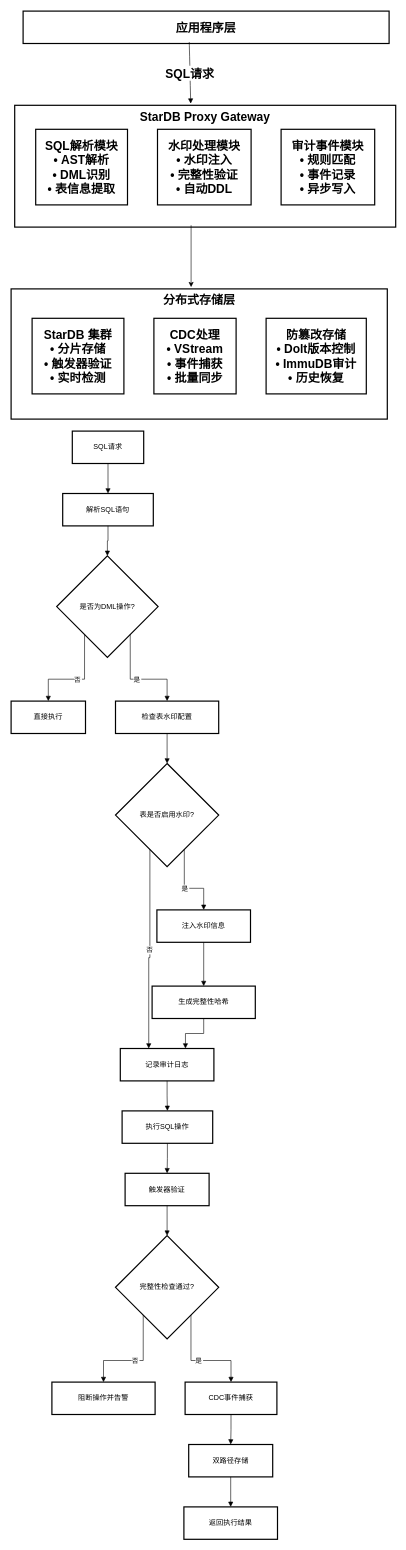
zjtheone/read-the-fxxk-code keeps this draw.io diagram as page "专利图1" (8 of 12) of 未命名绘图.drawio. Above is the earlier version. Source tidied: cells renumbered, new cells numbered last; positions are measured from the earlier drawing's top-left corner, leaving out a move shared by most shapes. Both pictures are drawn from the tidied source at 60%, with x=0, y=0 at pixel (11, 11).
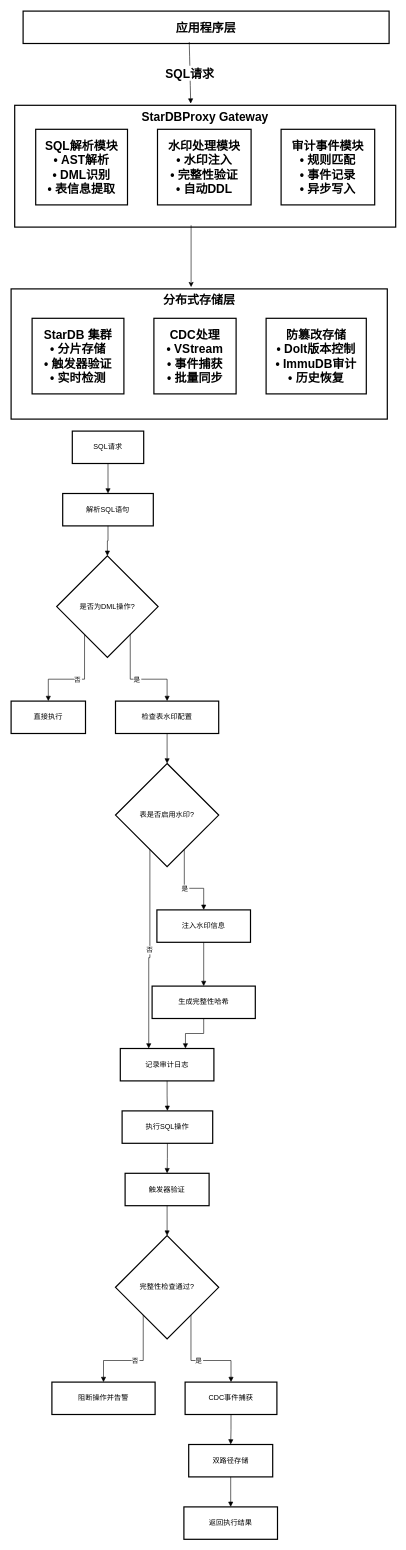
After the change.

Commit message:
更新未命名绘图.drawio

Change to the diagram source:
```diff
@@
-    <mxCell id="3" value="StarDB Proxy Gateway" style="whiteSpace=wrap;strokeWidth=2;fontSize=20;fontStyle=1;verticalAlign=top;" parent="1" vertex="1">
+    <mxCell id="3" value="StarDBProxy Gateway" style="whiteSpace=wrap;strokeWidth=2;fontSize=20;fontStyle=1;verticalAlign=top;" parent="1" vertex="1">
       <mxGeometry x="6" y="157" width="635" height="203" as="geometry" />
     </mxCell>
```
